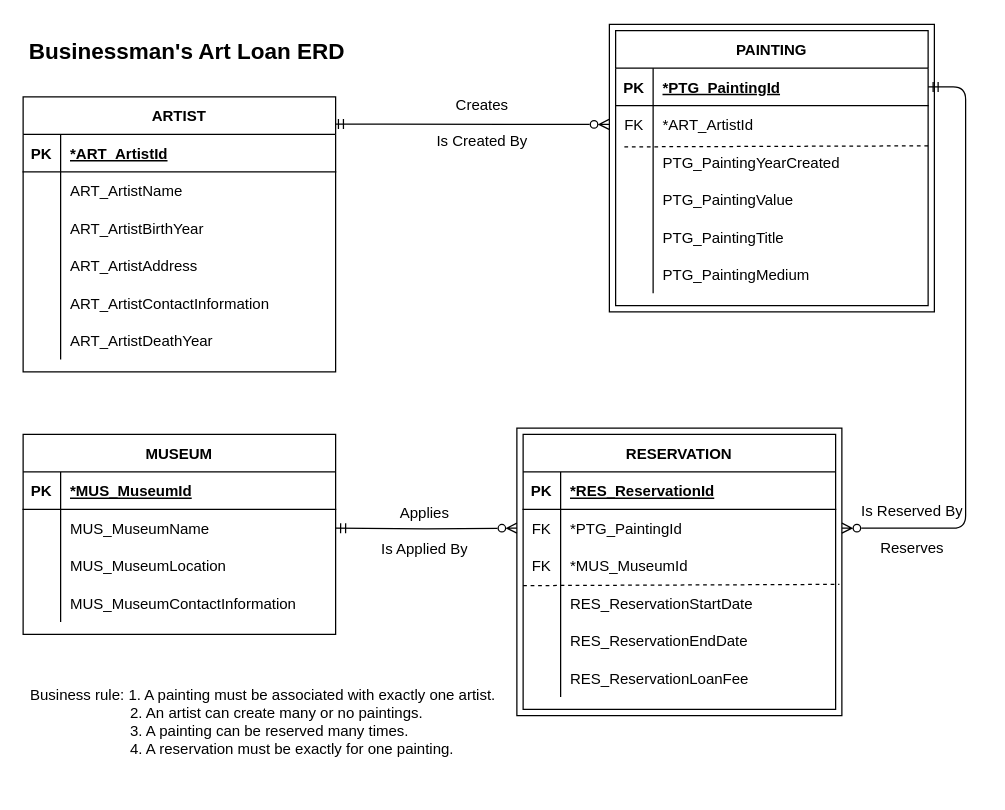
Verokeli/demo02 keeps this draw.io diagram as Untitled Diagram.drawio. Above is the earlier version. Source tidied: cells renumbered, new cells numbered last; positions are measured from the earlier drawing's top-left corner, leaving out a move shared by most shapes. Both pictures are drawn from the tidied source at 125%, with x=0, y=0 at pixel (21, 24).
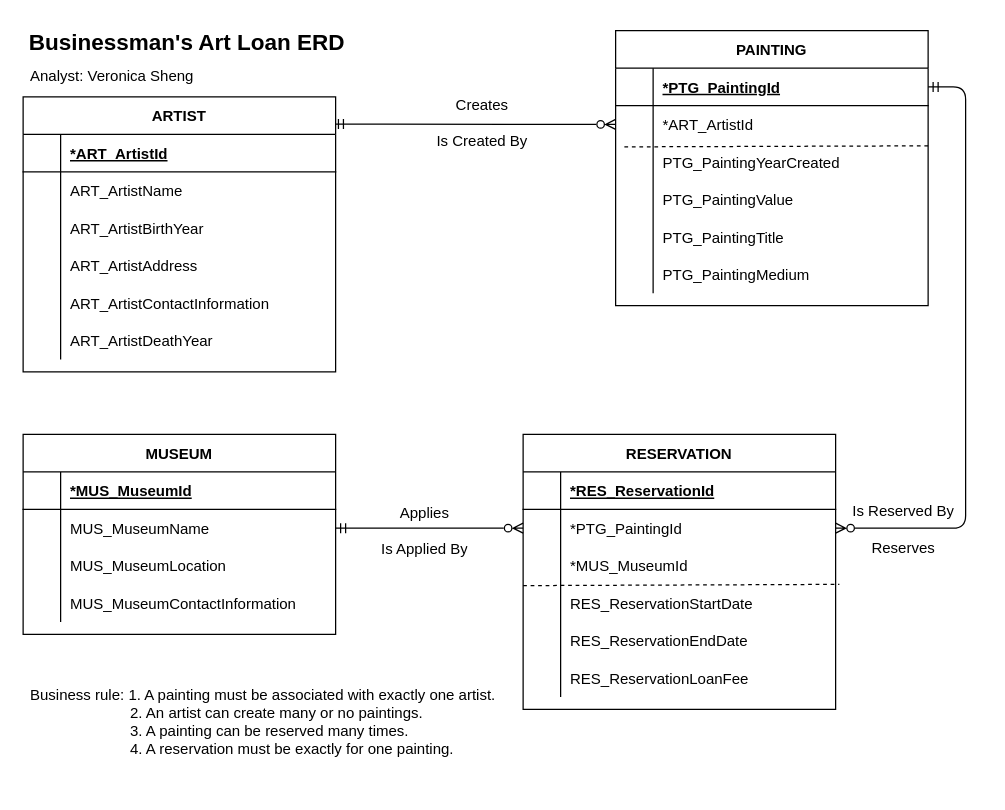
The same page after the edit.

The change refers to these unchanged cells:
```xml
<mxCell id="7" style="shape=partialRectangle;fillColor=none;points=[[0,0.5],[1,0.5]];portConstraint=eastwest;top=0;left=0;right=0;bottom=1;" parent="6" vertex="1">
  <mxGeometry y="30" width="250" height="30" as="geometry" />
</mxCell>
<mxCell id="10" style="shape=partialRectangle;fillColor=none;points=[[0,0.5],[1,0.5]];portConstraint=eastwest;top=0;left=0;right=0;bottom=0;" parent="6" vertex="1">
  <mxGeometry y="60" width="250" height="30" as="geometry" />
</mxCell>
<mxCell id="26" style="shape=partialRectangle;fillColor=none;top=0;left=0;right=0;bottom=1;" parent="25" vertex="1">
  <mxGeometry y="30" width="250" height="30" as="geometry" />
</mxCell>
<mxCell id="29" style="shape=partialRectangle;fillColor=none;points=[[0,0.5],[1,0.5]];portConstraint=eastwest;top=0;left=0;right=0;bottom=0;" parent="25" vertex="1">
  <mxGeometry y="60" width="250" height="30" as="geometry" />
</mxCell>
<mxCell id="44" value="ARTIST" style="shape=table;startSize=30;childLayout=tableLayout;rowLines=0;fontStyle=1;align=center;" parent="1" vertex="1">
  <mxGeometry x="1" y="58" width="250" height="220" as="geometry" />
</mxCell>
<mxCell id="45" style="shape=partialRectangle;fillColor=none;top=0;left=0;right=0;bottom=1;" parent="44" vertex="1">
  <mxGeometry y="30" width="250" height="30" as="geometry" />
</mxCell>
<mxCell id="64" style="shape=partialRectangle;fillColor=none;top=0;left=0;right=0;bottom=1;" parent="63" vertex="1">
  <mxGeometry y="30" width="250" height="30" as="geometry" />
</mxCell>
<mxCell id="67" style="shape=partialRectangle;fillColor=none;points=[[0,0.5],[1,0.5]];portConstraint=eastwest;top=0;left=0;right=0;bottom=0;" parent="63" vertex="1">
  <mxGeometry y="60" width="250" height="30" as="geometry" />
</mxCell>
```

Change to the diagram source:
```diff
@@
-    <mxCell id="2" style="verticalLabelPosition=bottom;verticalAlign=top;html=1;shape=mxgraph.basic.rect;fillColor2=none;strokeWidth=1;size=20;indent=5;" parent="1" vertex="1">
-      <mxGeometry x="396" y="323" width="260" height="230" as="geometry" />
-    </mxCell>
-    <mxCell id="3" style="verticalLabelPosition=bottom;verticalAlign=top;html=1;shape=mxgraph.basic.rect;fillColor2=none;strokeWidth=1;size=20;indent=5;" parent="1" vertex="1">
-      <mxGeometry x="470" width="260" height="230" as="geometry" />
-    </mxCell>
-    <mxCell id="4" style="edgeStyle=entityRelationEdgeStyle;endArrow=ERzeroToMany;startArrow=ERmandOne;endFill=0;startFill=0;exitX=0.993;exitY=0.099;exitDx=0;exitDy=0;exitPerimeter=0;fontSize=14;entryX=-0.001;entryY=0.348;entryDx=0;entryDy=0;entryPerimeter=0;" parent="1" edge="1" source="44" target="3">
+    <mxCell id="4" style="edgeStyle=entityRelationEdgeStyle;endArrow=ERzeroToMany;startArrow=ERmandOne;endFill=0;startFill=0;exitX=0.993;exitY=0.099;exitDx=0;exitDy=0;exitPerimeter=0;fontSize=14;entryX=0;entryY=0.5;entryDx=0;entryDy=0;" parent="1" edge="1" source="44" target="10">
       <mxGeometry relative="1" as="geometry" />
     </mxCell>
-    <mxCell id="5" style="edgeStyle=entityRelationEdgeStyle;endArrow=ERzeroToMany;startArrow=ERmandOne;endFill=0;startFill=0;entryX=0.009;entryY=0.45;entryDx=0;entryDy=0;entryPerimeter=0;" parent="1" edge="1" source="7" target="79">
+    <mxCell id="5" style="edgeStyle=entityRelationEdgeStyle;endArrow=ERzeroToMany;startArrow=ERmandOne;endFill=0;startFill=0;entryX=1;entryY=0.5;entryDx=0;entryDy=0;" parent="1" edge="1" source="7" target="29">
       <mxGeometry relative="1" as="geometry">
         <Array as="points">
           <mxPoint x="711" y="218" />
           <mxPoint x="721" y="238" />
           <mxPoint x="741" y="228" />
         </Array>
       </mxGeometry>
     </mxCell>
@@
-    <mxCell id="8" value="PK" style="shape=partialRectangle;overflow=hidden;fillColor=none;top=0;left=0;bottom=0;right=0;fontStyle=1;" parent="7" vertex="1">
+    <mxCell id="8" style="shape=partialRectangle;overflow=hidden;fillColor=none;top=0;left=0;bottom=0;right=0;fontStyle=1;" parent="7" vertex="1">
       <mxGeometry width="30" height="30" as="geometry" />
     </mxCell>
@@
-    <mxCell id="11" value="FK" style="shape=partialRectangle;overflow=hidden;fillColor=none;top=0;left=0;bottom=0;right=0;" parent="10" vertex="1">
+    <mxCell id="11" style="shape=partialRectangle;overflow=hidden;fillColor=none;top=0;left=0;bottom=0;right=0;" parent="10" vertex="1">
       <mxGeometry width="30" height="30" as="geometry" />
     </mxCell>
@@
-    <mxCell id="27" value="PK" style="shape=partialRectangle;overflow=hidden;fillColor=none;top=0;left=0;bottom=0;right=0;fontStyle=1;" parent="26" vertex="1">
+    <mxCell id="27" style="shape=partialRectangle;overflow=hidden;fillColor=none;top=0;left=0;bottom=0;right=0;fontStyle=1;" parent="26" vertex="1">
       <mxGeometry width="30" height="30" as="geometry" />
     </mxCell>
@@
-    <mxCell id="30" value="FK" style="shape=partialRectangle;overflow=hidden;fillColor=none;top=0;left=0;bottom=0;right=0;" parent="29" vertex="1">
+    <mxCell id="30" style="shape=partialRectangle;overflow=hidden;fillColor=none;top=0;left=0;bottom=0;right=0;" parent="29" vertex="1">
       <mxGeometry width="30" height="30" as="geometry" />
     </mxCell>
@@
-    <mxCell id="46" value="PK" style="shape=partialRectangle;overflow=hidden;fillColor=none;top=0;left=0;bottom=0;right=0;fontStyle=1;" parent="45" vertex="1">
+    <mxCell id="46" style="shape=partialRectangle;overflow=hidden;fillColor=none;top=0;left=0;bottom=0;right=0;fontStyle=1;" parent="45" vertex="1">
       <mxGeometry width="30" height="30" as="geometry" />
     </mxCell>
@@
-    <mxCell id="65" value="PK" style="shape=partialRectangle;overflow=hidden;fillColor=none;top=0;left=0;bottom=0;right=0;fontStyle=1;" parent="64" vertex="1">
+    <mxCell id="65" style="shape=partialRectangle;overflow=hidden;fillColor=none;top=0;left=0;bottom=0;right=0;fontStyle=1;" parent="64" vertex="1">
       <mxGeometry width="30" height="30" as="geometry" />
     </mxCell>
@@
-    <mxCell id="76" style="edgeStyle=orthogonalEdgeStyle;rounded=0;jettySize=auto;html=1;entryX=1;entryY=0.5;entryDx=0;entryDy=0;startArrow=ERzeroToMany;startFill=0;endArrow=ERmandOne;endFill=0;" parent="1" edge="1" target="67">
-      <mxGeometry relative="1" as="geometry">
-        <mxPoint x="396" y="403" as="sourcePoint" />
-      </mxGeometry>
+    <mxCell id="76" style="edgeStyle=orthogonalEdgeStyle;rounded=0;jettySize=auto;html=1;entryX=1;entryY=0.5;entryDx=0;entryDy=0;startArrow=ERzeroToMany;startFill=0;endArrow=ERmandOne;endFill=0;exitX=0;exitY=0.5;exitDx=0;exitDy=0;" parent="1" edge="1" source="29" target="67">
+      <mxGeometry relative="1" as="geometry" />
     </mxCell>
-    <mxCell id="77" value="FK" style="shape=partialRectangle;overflow=hidden;fillColor=none;top=0;left=0;bottom=0;right=0;" parent="1" vertex="1">
-      <mxGeometry x="401" y="418" width="30" height="30" as="geometry" />
-    </mxCell>
@@
     <mxCell id="79" value="Is Reserved By&lt;div&gt;&lt;br&gt;&lt;div&gt;Reserves&lt;/div&gt;&lt;/div&gt;" style="text;strokeColor=none;fillColor=none;spacingLeft=4;spacingRight=4;overflow=hidden;points=[[0,0.5],[1,0.5]];portConstraint=eastwest;fontSize=12;whiteSpace=wrap;html=1;align=center;" parent="1" vertex="1">
-      <mxGeometry x="655" y="376" width="115" height="60" as="geometry" />
+      <mxGeometry x="648" y="376" width="115" height="60" as="geometry" />
     </mxCell>
@@
     <mxCell id="83" value="&lt;b&gt;&lt;font style=&quot;font-size: 18px;&quot;&gt;Businessman's Art Loan ERD&lt;/font&gt;&lt;/b&gt;" style="text;strokeColor=none;fillColor=none;spacingLeft=4;spacingRight=4;overflow=hidden;fontSize=12;whiteSpace=wrap;html=1;" parent="1" vertex="1">
-      <mxGeometry y="5" width="380" height="30" as="geometry" />
+      <mxGeometry y="-2" width="380" height="30" as="geometry" />
     </mxCell>
@@
+    <mxCell id="85" value="&lt;font style=&quot;&quot;&gt;Analyst: Veronica Sheng&lt;/font&gt;" style="text;strokeColor=none;fillColor=none;spacingLeft=4;spacingRight=4;overflow=hidden;fontSize=12;whiteSpace=wrap;html=1;" parent="1" vertex="1">
+      <mxGeometry x="1" y="28" width="380" height="30" as="geometry" />
+    </mxCell>
```
